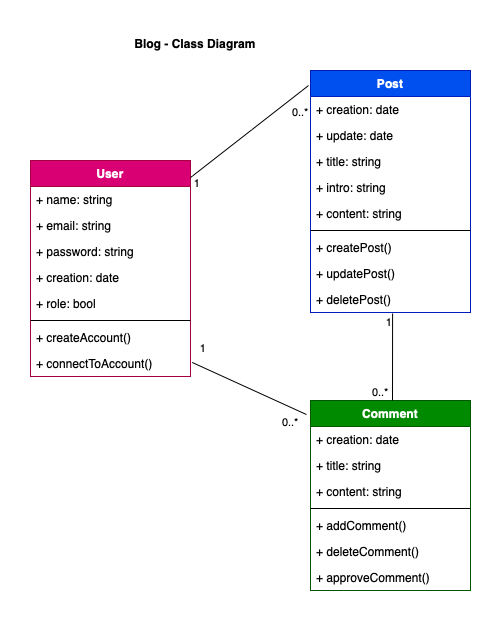
Above: UMLdiagrams/Blog_ClassDiagramm.png in AnnaigJegourel/OC-P5-Creez-votre-premier-blog-en-PHP (draw.io), before the change. Source tidied: cells renumbered, new cells last; positions are measured from the earlier drawing's top-left corner, leaving out a move shared by most shapes. Its diagram source:
```xml
<mxGraphModel>
  <root>
    <mxCell id="0" />
    <mxCell id="1" parent="0" />
    <mxCell id="2" value="User" style="swimlane;fontStyle=1;align=center;verticalAlign=top;horizontal=1;startSize=26;fillColor=#d80073;strokeColor=#A50040;fontColor=#ffffff;" parent="1" vertex="1">
      <mxGeometry y="130" width="160" height="216" as="geometry" />
    </mxCell>
    <mxCell id="3" value="+ name: string" style="text;strokeColor=none;fillColor=none;align=left;verticalAlign=top;spacingLeft=4;spacingRight=4;overflow=hidden;" parent="2" vertex="1">
      <mxGeometry y="26" width="160" height="26" as="geometry" />
    </mxCell>
    <mxCell id="4" value="+ email: string" style="text;strokeColor=none;fillColor=none;align=left;verticalAlign=top;spacingLeft=4;spacingRight=4;overflow=hidden;" parent="2" vertex="1">
      <mxGeometry y="52" width="160" height="26" as="geometry" />
    </mxCell>
    <mxCell id="5" value="+ password: string" style="text;strokeColor=none;fillColor=none;align=left;verticalAlign=top;spacingLeft=4;spacingRight=4;overflow=hidden;" parent="2" vertex="1">
      <mxGeometry y="78" width="160" height="26" as="geometry" />
    </mxCell>
    <mxCell id="6" value="+ creation: date" style="text;strokeColor=none;fillColor=none;align=left;verticalAlign=top;spacingLeft=4;spacingRight=4;overflow=hidden;" parent="2" vertex="1">
      <mxGeometry y="104" width="160" height="26" as="geometry" />
    </mxCell>
    <mxCell id="7" value="+ role: bool" style="text;strokeColor=none;fillColor=none;align=left;verticalAlign=top;spacingLeft=4;spacingRight=4;overflow=hidden;" parent="2" vertex="1">
      <mxGeometry y="130" width="160" height="26" as="geometry" />
    </mxCell>
    <mxCell id="8" style="line;strokeWidth=1;fillColor=none;align=left;verticalAlign=middle;spacingTop=-1;spacingLeft=3;spacingRight=3;labelPosition=right;" parent="2" vertex="1">
      <mxGeometry y="156" width="160" height="8" as="geometry" />
    </mxCell>
    <mxCell id="9" value="+ createAccount()" style="text;strokeColor=none;fillColor=none;align=left;verticalAlign=top;spacingLeft=4;spacingRight=4;overflow=hidden;" parent="2" vertex="1">
      <mxGeometry y="164" width="160" height="26" as="geometry" />
    </mxCell>
    <mxCell id="10" value="+ connectToAccount()" style="text;strokeColor=none;fillColor=none;align=left;verticalAlign=top;spacingLeft=4;spacingRight=4;overflow=hidden;" parent="2" vertex="1">
      <mxGeometry y="190" width="160" height="26" as="geometry" />
    </mxCell>
    <mxCell id="11" value="Post" style="swimlane;fontStyle=1;align=center;verticalAlign=top;horizontal=1;startSize=26;fillColor=#0050ef;strokeColor=#001DBC;fontColor=#ffffff;" parent="1" vertex="1">
      <mxGeometry x="280" y="40" width="160" height="242" as="geometry" />
    </mxCell>
    <mxCell id="12" value="+ creation: date" style="text;strokeColor=none;fillColor=none;align=left;verticalAlign=top;spacingLeft=4;spacingRight=4;overflow=hidden;" parent="11" vertex="1">
      <mxGeometry y="26" width="160" height="26" as="geometry" />
    </mxCell>
    <mxCell id="13" value="+ update: date" style="text;strokeColor=none;fillColor=none;align=left;verticalAlign=top;spacingLeft=4;spacingRight=4;overflow=hidden;" parent="11" vertex="1">
      <mxGeometry y="52" width="160" height="26" as="geometry" />
    </mxCell>
    <mxCell id="14" value="+ title: string" style="text;strokeColor=none;fillColor=none;align=left;verticalAlign=top;spacingLeft=4;spacingRight=4;overflow=hidden;" parent="11" vertex="1">
      <mxGeometry y="78" width="160" height="26" as="geometry" />
    </mxCell>
    <mxCell id="15" value="+ intro: string" style="text;strokeColor=none;fillColor=none;align=left;verticalAlign=top;spacingLeft=4;spacingRight=4;overflow=hidden;" parent="11" vertex="1">
      <mxGeometry y="104" width="160" height="26" as="geometry" />
    </mxCell>
    <mxCell id="16" value="+ content: string" style="text;strokeColor=none;fillColor=none;align=left;verticalAlign=top;spacingLeft=4;spacingRight=4;overflow=hidden;" parent="11" vertex="1">
      <mxGeometry y="130" width="160" height="26" as="geometry" />
    </mxCell>
    <mxCell id="17" style="line;strokeWidth=1;fillColor=none;align=left;verticalAlign=middle;spacingTop=-1;spacingLeft=3;spacingRight=3;labelPosition=right;" parent="11" vertex="1">
      <mxGeometry y="156" width="160" height="8" as="geometry" />
    </mxCell>
    <mxCell id="18" value="+ createPost()" style="text;strokeColor=none;fillColor=none;align=left;verticalAlign=top;spacingLeft=4;spacingRight=4;overflow=hidden;" parent="11" vertex="1">
      <mxGeometry y="164" width="160" height="26" as="geometry" />
    </mxCell>
    <mxCell id="19" value="+ updatePost()" style="text;strokeColor=none;fillColor=none;align=left;verticalAlign=top;spacingLeft=4;spacingRight=4;overflow=hidden;" parent="11" vertex="1">
      <mxGeometry y="190" width="160" height="26" as="geometry" />
    </mxCell>
    <mxCell id="20" value="+ deletePost()" style="text;strokeColor=none;fillColor=none;align=left;verticalAlign=top;spacingLeft=4;spacingRight=4;overflow=hidden;points=[[0,0.5],[1,0.5]];portConstraint=eastwest;" parent="11" vertex="1">
      <mxGeometry y="216" width="160" height="26" as="geometry" />
    </mxCell>
    <mxCell id="21" value="Comment" style="swimlane;fontStyle=1;align=center;verticalAlign=top;horizontal=1;startSize=26;fillColor=#008a00;strokeColor=#005700;fontColor=#ffffff;" parent="1" vertex="1">
      <mxGeometry x="280" y="370" width="160" height="190" as="geometry" />
    </mxCell>
    <mxCell id="22" value="+ creation: date" style="text;strokeColor=none;fillColor=none;align=left;verticalAlign=top;spacingLeft=4;spacingRight=4;overflow=hidden;" parent="21" vertex="1">
      <mxGeometry y="26" width="160" height="26" as="geometry" />
    </mxCell>
    <mxCell id="23" value="+ title: string" style="text;strokeColor=none;fillColor=none;align=left;verticalAlign=top;spacingLeft=4;spacingRight=4;overflow=hidden;" parent="21" vertex="1">
      <mxGeometry y="52" width="160" height="26" as="geometry" />
    </mxCell>
    <mxCell id="24" value="+ content: string" style="text;strokeColor=none;fillColor=none;align=left;verticalAlign=top;spacingLeft=4;spacingRight=4;overflow=hidden;" parent="21" vertex="1">
      <mxGeometry y="78" width="160" height="26" as="geometry" />
    </mxCell>
    <mxCell id="25" style="line;strokeWidth=1;fillColor=none;align=left;verticalAlign=middle;spacingTop=-1;spacingLeft=3;spacingRight=3;labelPosition=right;" parent="21" vertex="1">
      <mxGeometry y="104" width="160" height="8" as="geometry" />
    </mxCell>
    <mxCell id="26" value="+ addComment()" style="text;strokeColor=none;fillColor=none;align=left;verticalAlign=top;spacingLeft=4;spacingRight=4;overflow=hidden;" parent="21" vertex="1">
      <mxGeometry y="112" width="160" height="26" as="geometry" />
    </mxCell>
    <mxCell id="27" value="+ deleteComment()" style="text;strokeColor=none;fillColor=none;align=left;verticalAlign=top;spacingLeft=4;spacingRight=4;overflow=hidden;" parent="21" vertex="1">
      <mxGeometry y="138" width="160" height="26" as="geometry" />
    </mxCell>
    <mxCell id="28" value="+ approveComment()" style="text;strokeColor=none;fillColor=none;align=left;verticalAlign=top;spacingLeft=4;spacingRight=4;overflow=hidden;" parent="21" vertex="1">
      <mxGeometry y="164" width="160" height="26" as="geometry" />
    </mxCell>
    <mxCell id="29" style="endArrow=none;html=1;rounded=0;startSize=14;endSize=14;sourcePerimeterSpacing=8;targetPerimeterSpacing=8;curved=1;entryX=-0.012;entryY=0.062;entryDx=0;entryDy=0;entryPerimeter=0;exitX=1;exitY=0.079;exitDx=0;exitDy=0;exitPerimeter=0;" parent="1" edge="1" source="2" target="11">
      <mxGeometry relative="1" as="geometry" />
    </mxCell>
    <mxCell id="30" style="endArrow=none;html=1;edgeStyle=orthogonalEdgeStyle;rounded=0;startSize=14;endSize=14;sourcePerimeterSpacing=8;targetPerimeterSpacing=8;curved=1;entryX=0.513;entryY=1.038;entryDx=0;entryDy=0;entryPerimeter=0;" parent="1" edge="1" target="20">
      <mxGeometry relative="1" as="geometry">
        <mxPoint x="362" y="370" as="sourcePoint" />
      </mxGeometry>
    </mxCell>
    <mxCell id="31" value="0..*" style="edgeLabel;html=1;align=left;verticalAlign=bottom;hachureGap=4;" parent="30" vertex="1">
      <mxGeometry x="-1" relative="1" as="geometry">
        <mxPoint x="-22" as="offset" />
      </mxGeometry>
    </mxCell>
    <mxCell id="32" value="1" style="edgeLabel;html=1;align=right;verticalAlign=bottom;hachureGap=4;" parent="30" vertex="1">
      <mxGeometry x="1" relative="1" as="geometry">
        <mxPoint y="17" as="offset" />
      </mxGeometry>
    </mxCell>
    <mxCell id="33" value="0..*" style="edgeLabel;html=1;align=left;verticalAlign=bottom;hachureGap=4;" parent="1" vertex="1">
      <mxGeometry x="260" y="90" as="geometry" />
    </mxCell>
    <mxCell id="34" value="1" style="edgeLabel;html=1;align=right;verticalAlign=bottom;hachureGap=4;" parent="1" vertex="1">
      <mxGeometry x="170" y="161" as="geometry" />
    </mxCell>
    <mxCell id="35" style="endArrow=none;html=1;rounded=0;startSize=14;endSize=14;sourcePerimeterSpacing=8;targetPerimeterSpacing=8;curved=1;entryX=-0.025;entryY=0.074;entryDx=0;entryDy=0;entryPerimeter=0;exitX=1;exitY=0.079;exitDx=0;exitDy=0;exitPerimeter=0;" parent="1" edge="1" target="21">
      <mxGeometry relative="1" as="geometry">
        <mxPoint x="161.9" y="332.1" as="sourcePoint" />
      </mxGeometry>
    </mxCell>
    <mxCell id="36" value="0..*" style="edgeLabel;html=1;align=left;verticalAlign=bottom;hachureGap=4;" parent="1" vertex="1">
      <mxGeometry x="250" y="400" as="geometry" />
    </mxCell>
    <mxCell id="37" value="1" style="edgeLabel;html=1;align=right;verticalAlign=bottom;hachureGap=4;" parent="1" vertex="1">
      <mxGeometry x="372.1" y="310.1" as="geometry">
        <mxPoint x="-196" y="16" as="offset" />
      </mxGeometry>
    </mxCell>
    <mxCell id="38" value="Blog - Class Diagram" style="text;align=center;fontStyle=1;verticalAlign=middle;spacingLeft=3;spacingRight=3;strokeColor=none;hachureGap=4;" parent="1" vertex="1">
      <mxGeometry x="90" width="150" height="26" as="geometry" />
    </mxCell>
  </root>
</mxGraphModel>
```
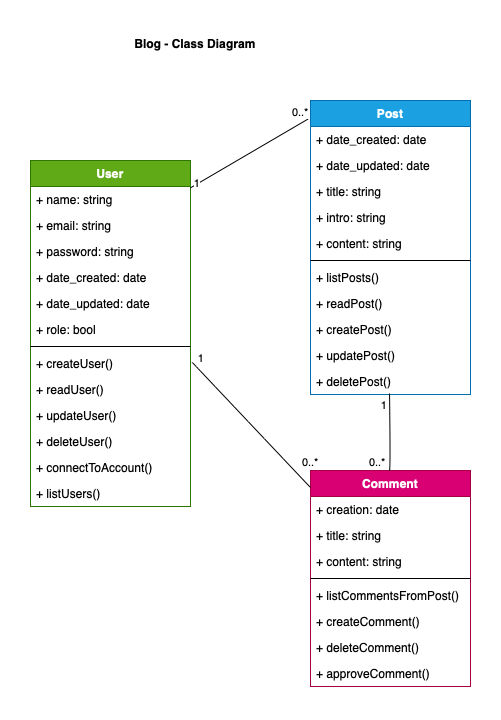
After the change.

Diff of the diagram source:
```diff
@@ -2,8 +2,8 @@
   <root>
     <mxCell id="0" />
     <mxCell id="1" parent="0" />
-    <mxCell id="2" value="User" style="swimlane;fontStyle=1;align=center;verticalAlign=top;horizontal=1;startSize=26;fillColor=#d80073;strokeColor=#A50040;fontColor=#ffffff;" parent="1" vertex="1">
-      <mxGeometry y="130" width="160" height="216" as="geometry" />
+    <mxCell id="2" value="User" style="swimlane;fontStyle=1;align=center;verticalAlign=top;horizontal=1;startSize=26;fillColor=#60a917;strokeColor=#2D7600;fontColor=#ffffff;" parent="1" vertex="1">
+      <mxGeometry y="130" width="160" height="346" as="geometry" />
     </mxCell>
     <mxCell id="3" value="+ name: string" style="text;strokeColor=none;fillColor=none;align=left;verticalAlign=top;spacingLeft=4;spacingRight=4;overflow=hidden;" parent="2" vertex="1">
       <mxGeometry y="26" width="160" height="26" as="geometry" />
@@ -14,30 +14,45 @@
     <mxCell id="5" value="+ password: string" style="text;strokeColor=none;fillColor=none;align=left;verticalAlign=top;spacingLeft=4;spacingRight=4;overflow=hidden;" parent="2" vertex="1">
       <mxGeometry y="78" width="160" height="26" as="geometry" />
     </mxCell>
-    <mxCell id="6" value="+ creation: date" style="text;strokeColor=none;fillColor=none;align=left;verticalAlign=top;spacingLeft=4;spacingRight=4;overflow=hidden;" parent="2" vertex="1">
+    <mxCell id="6" value="+ date_created: date" style="text;strokeColor=none;fillColor=none;align=left;verticalAlign=top;spacingLeft=4;spacingRight=4;overflow=hidden;" parent="2" vertex="1">
       <mxGeometry y="104" width="160" height="26" as="geometry" />
     </mxCell>
+    <mxCell id="39" value="+ date_updated: date" style="text;strokeColor=none;fillColor=none;align=left;verticalAlign=top;spacingLeft=4;spacingRight=4;overflow=hidden;" parent="2" vertex="1">
+      <mxGeometry y="130" width="160" height="26" as="geometry" />
+    </mxCell>
     <mxCell id="7" value="+ role: bool" style="text;strokeColor=none;fillColor=none;align=left;verticalAlign=top;spacingLeft=4;spacingRight=4;overflow=hidden;" parent="2" vertex="1">
-      <mxGeometry y="130" width="160" height="26" as="geometry" />
+      <mxGeometry y="156" width="160" height="26" as="geometry" />
     </mxCell>
     <mxCell id="8" style="line;strokeWidth=1;fillColor=none;align=left;verticalAlign=middle;spacingTop=-1;spacingLeft=3;spacingRight=3;labelPosition=right;" parent="2" vertex="1">
-      <mxGeometry y="156" width="160" height="8" as="geometry" />
+      <mxGeometry y="182" width="160" height="8" as="geometry" />
     </mxCell>
-    <mxCell id="9" value="+ createAccount()" style="text;strokeColor=none;fillColor=none;align=left;verticalAlign=top;spacingLeft=4;spacingRight=4;overflow=hidden;" parent="2" vertex="1">
-      <mxGeometry y="164" width="160" height="26" as="geometry" />
+    <mxCell id="9" value="+ createUser()" style="text;strokeColor=none;fillColor=none;align=left;verticalAlign=top;spacingLeft=4;spacingRight=4;overflow=hidden;" parent="2" vertex="1">
+      <mxGeometry y="190" width="160" height="26" as="geometry" />
     </mxCell>
+    <mxCell id="40" value="+ readUser()" style="text;strokeColor=none;fillColor=none;align=left;verticalAlign=top;spacingLeft=4;spacingRight=4;overflow=hidden;" parent="2" vertex="1">
+      <mxGeometry y="216" width="160" height="26" as="geometry" />
+    </mxCell>
+    <mxCell id="41" value="+ updateUser()" style="text;strokeColor=none;fillColor=none;align=left;verticalAlign=top;spacingLeft=4;spacingRight=4;overflow=hidden;" parent="2" vertex="1">
+      <mxGeometry y="242" width="160" height="26" as="geometry" />
+    </mxCell>
+    <mxCell id="42" value="+ deleteUser()" style="text;strokeColor=none;fillColor=none;align=left;verticalAlign=top;spacingLeft=4;spacingRight=4;overflow=hidden;" parent="2" vertex="1">
+      <mxGeometry y="268" width="160" height="26" as="geometry" />
+    </mxCell>
     <mxCell id="10" value="+ connectToAccount()" style="text;strokeColor=none;fillColor=none;align=left;verticalAlign=top;spacingLeft=4;spacingRight=4;overflow=hidden;" parent="2" vertex="1">
-      <mxGeometry y="190" width="160" height="26" as="geometry" />
+      <mxGeometry y="294" width="160" height="26" as="geometry" />
     </mxCell>
+    <mxCell id="43" value="+ listUsers()" style="text;strokeColor=none;fillColor=none;align=left;verticalAlign=top;spacingLeft=4;spacingRight=4;overflow=hidden;" parent="2" vertex="1">
+      <mxGeometry y="320" width="160" height="26" as="geometry" />
+    </mxCell>
-    <mxCell id="11" value="Post" style="swimlane;fontStyle=1;align=center;verticalAlign=top;horizontal=1;startSize=26;fillColor=#0050ef;strokeColor=#001DBC;fontColor=#ffffff;" parent="1" vertex="1">
-      <mxGeometry x="280" y="40" width="160" height="242" as="geometry" />
+    <mxCell id="11" value="Post" style="swimlane;fontStyle=1;align=center;verticalAlign=top;horizontal=1;startSize=26;fillColor=#1ba1e2;strokeColor=#006EAF;fontColor=#ffffff;" parent="1" vertex="1">
+      <mxGeometry x="280" y="70" width="160" height="294" as="geometry" />
     </mxCell>
-    <mxCell id="12" value="+ creation: date" style="text;strokeColor=none;fillColor=none;align=left;verticalAlign=top;spacingLeft=4;spacingRight=4;overflow=hidden;" parent="11" vertex="1">
-      <mxGeometry y="26" width="160" height="26" as="geometry" />
-    </mxCell>
-    <mxCell id="13" value="+ update: date" style="text;strokeColor=none;fillColor=none;align=left;verticalAlign=top;spacingLeft=4;spacingRight=4;overflow=hidden;" parent="11" vertex="1">
-      <mxGeometry y="52" width="160" height="26" as="geometry" />
-    </mxCell>
+    <mxCell id="44" value="+ date_created: date" style="text;strokeColor=none;fillColor=none;align=left;verticalAlign=top;spacingLeft=4;spacingRight=4;overflow=hidden;" parent="11" vertex="1">
+      <mxGeometry y="26" width="160" height="26" as="geometry" />
+    </mxCell>
+    <mxCell id="45" value="+ date_updated: date" style="text;strokeColor=none;fillColor=none;align=left;verticalAlign=top;spacingLeft=4;spacingRight=4;overflow=hidden;" parent="11" vertex="1">
+      <mxGeometry y="52" width="160" height="26" as="geometry" />
+    </mxCell>
     <mxCell id="14" value="+ title: string" style="text;strokeColor=none;fillColor=none;align=left;verticalAlign=top;spacingLeft=4;spacingRight=4;overflow=hidden;" parent="11" vertex="1">
       <mxGeometry y="78" width="160" height="26" as="geometry" />
     </mxCell>
@@ -50,17 +65,23 @@
     <mxCell id="17" style="line;strokeWidth=1;fillColor=none;align=left;verticalAlign=middle;spacingTop=-1;spacingLeft=3;spacingRight=3;labelPosition=right;" parent="11" vertex="1">
       <mxGeometry y="156" width="160" height="8" as="geometry" />
     </mxCell>
-    <mxCell id="18" value="+ createPost()" style="text;strokeColor=none;fillColor=none;align=left;verticalAlign=top;spacingLeft=4;spacingRight=4;overflow=hidden;" parent="11" vertex="1">
+    <mxCell id="18" value="+ listPosts()" style="text;strokeColor=none;fillColor=none;align=left;verticalAlign=top;spacingLeft=4;spacingRight=4;overflow=hidden;" parent="11" vertex="1">
       <mxGeometry y="164" width="160" height="26" as="geometry" />
     </mxCell>
+    <mxCell id="46" value="+ readPost()" style="text;strokeColor=none;fillColor=none;align=left;verticalAlign=top;spacingLeft=4;spacingRight=4;overflow=hidden;" parent="11" vertex="1">
+      <mxGeometry y="190" width="160" height="26" as="geometry" />
+    </mxCell>
+    <mxCell id="47" value="+ createPost()" style="text;strokeColor=none;fillColor=none;align=left;verticalAlign=top;spacingLeft=4;spacingRight=4;overflow=hidden;" parent="11" vertex="1">
+      <mxGeometry y="216" width="160" height="26" as="geometry" />
+    </mxCell>
     <mxCell id="19" value="+ updatePost()" style="text;strokeColor=none;fillColor=none;align=left;verticalAlign=top;spacingLeft=4;spacingRight=4;overflow=hidden;" parent="11" vertex="1">
-      <mxGeometry y="190" width="160" height="26" as="geometry" />
+      <mxGeometry y="242" width="160" height="26" as="geometry" />
     </mxCell>
     <mxCell id="20" value="+ deletePost()" style="text;strokeColor=none;fillColor=none;align=left;verticalAlign=top;spacingLeft=4;spacingRight=4;overflow=hidden;points=[[0,0.5],[1,0.5]];portConstraint=eastwest;" parent="11" vertex="1">
-      <mxGeometry y="216" width="160" height="26" as="geometry" />
+      <mxGeometry y="268" width="160" height="26" as="geometry" />
     </mxCell>
-    <mxCell id="21" value="Comment" style="swimlane;fontStyle=1;align=center;verticalAlign=top;horizontal=1;startSize=26;fillColor=#008a00;strokeColor=#005700;fontColor=#ffffff;" parent="1" vertex="1">
-      <mxGeometry x="280" y="370" width="160" height="190" as="geometry" />
+    <mxCell id="21" value="Comment" style="swimlane;fontStyle=1;align=center;verticalAlign=top;horizontal=1;startSize=26;fillColor=#d80073;strokeColor=#A50040;fontColor=#ffffff;" parent="1" vertex="1">
+      <mxGeometry x="280" y="440" width="160" height="216" as="geometry" />
     </mxCell>
     <mxCell id="22" value="+ creation: date" style="text;strokeColor=none;fillColor=none;align=left;verticalAlign=top;spacingLeft=4;spacingRight=4;overflow=hidden;" parent="21" vertex="1">
       <mxGeometry y="26" width="160" height="26" as="geometry" />
@@ -74,21 +95,27 @@
     <mxCell id="25" style="line;strokeWidth=1;fillColor=none;align=left;verticalAlign=middle;spacingTop=-1;spacingLeft=3;spacingRight=3;labelPosition=right;" parent="21" vertex="1">
       <mxGeometry y="104" width="160" height="8" as="geometry" />
     </mxCell>
+    <mxCell id="48" value="+ listCommentsFromPost()" style="text;strokeColor=none;fillColor=none;align=left;verticalAlign=top;spacingLeft=4;spacingRight=4;overflow=hidden;" parent="21" vertex="1">
+      <mxGeometry y="112" width="160" height="26" as="geometry" />
+    </mxCell>
-    <mxCell id="26" value="+ addComment()" style="text;strokeColor=none;fillColor=none;align=left;verticalAlign=top;spacingLeft=4;spacingRight=4;overflow=hidden;" parent="21" vertex="1">
-      <mxGeometry y="112" width="160" height="26" as="geometry" />
+    <mxCell id="26" value="+ createComment()" style="text;strokeColor=none;fillColor=none;align=left;verticalAlign=top;spacingLeft=4;spacingRight=4;overflow=hidden;" parent="21" vertex="1">
+      <mxGeometry y="138" width="160" height="26" as="geometry" />
     </mxCell>
     <mxCell id="27" value="+ deleteComment()" style="text;strokeColor=none;fillColor=none;align=left;verticalAlign=top;spacingLeft=4;spacingRight=4;overflow=hidden;" parent="21" vertex="1">
-      <mxGeometry y="138" width="160" height="26" as="geometry" />
+      <mxGeometry y="164" width="160" height="26" as="geometry" />
     </mxCell>
     <mxCell id="28" value="+ approveComment()" style="text;strokeColor=none;fillColor=none;align=left;verticalAlign=top;spacingLeft=4;spacingRight=4;overflow=hidden;" parent="21" vertex="1">
-      <mxGeometry y="164" width="160" height="26" as="geometry" />
+      <mxGeometry y="190" width="160" height="26" as="geometry" />
     </mxCell>
     <mxCell id="29" style="endArrow=none;html=1;rounded=0;startSize=14;endSize=14;sourcePerimeterSpacing=8;targetPerimeterSpacing=8;curved=1;entryX=-0.012;entryY=0.062;entryDx=0;entryDy=0;entryPerimeter=0;exitX=1;exitY=0.079;exitDx=0;exitDy=0;exitPerimeter=0;" parent="1" edge="1" source="2" target="11">
       <mxGeometry relative="1" as="geometry" />
     </mxCell>
-    <mxCell id="30" style="endArrow=none;html=1;edgeStyle=orthogonalEdgeStyle;rounded=0;startSize=14;endSize=14;sourcePerimeterSpacing=8;targetPerimeterSpacing=8;curved=1;entryX=0.513;entryY=1.038;entryDx=0;entryDy=0;entryPerimeter=0;" parent="1" edge="1" target="20">
+    <mxCell id="30" style="endArrow=none;html=1;edgeStyle=orthogonalEdgeStyle;rounded=0;startSize=14;endSize=14;sourcePerimeterSpacing=8;targetPerimeterSpacing=8;curved=1;entryX=0.494;entryY=0.962;entryDx=0;entryDy=0;entryPerimeter=0;" parent="1" edge="1" target="20">
       <mxGeometry relative="1" as="geometry">
-        <mxPoint x="362" y="370" as="sourcePoint" />
+        <mxPoint x="359" y="440" as="sourcePoint" />
+        <Array as="points">
+          <mxPoint x="360" y="440" />
+        </Array>
       </mxGeometry>
     </mxCell>
     <mxCell id="31" value="0..*" style="edgeLabel;html=1;align=left;verticalAlign=bottom;hachureGap=4;" parent="30" vertex="1">
@@ -98,7 +125,7 @@
     </mxCell>
     <mxCell id="32" value="1" style="edgeLabel;html=1;align=right;verticalAlign=bottom;hachureGap=4;" parent="30" vertex="1">
       <mxGeometry x="1" relative="1" as="geometry">
-        <mxPoint y="17" as="offset" />
+        <mxPoint x="-2" y="20" as="offset" />
       </mxGeometry>
     </mxCell>
     <mxCell id="33" value="0..*" style="edgeLabel;html=1;align=left;verticalAlign=bottom;hachureGap=4;" parent="1" vertex="1">
@@ -107,16 +134,16 @@
     <mxCell id="34" value="1" style="edgeLabel;html=1;align=right;verticalAlign=bottom;hachureGap=4;" parent="1" vertex="1">
       <mxGeometry x="170" y="161" as="geometry" />
     </mxCell>
-    <mxCell id="35" style="endArrow=none;html=1;rounded=0;startSize=14;endSize=14;sourcePerimeterSpacing=8;targetPerimeterSpacing=8;curved=1;entryX=-0.025;entryY=0.074;entryDx=0;entryDy=0;entryPerimeter=0;exitX=1;exitY=0.079;exitDx=0;exitDy=0;exitPerimeter=0;" parent="1" edge="1" target="21">
+    <mxCell id="35" style="endArrow=none;html=1;rounded=0;startSize=14;endSize=14;sourcePerimeterSpacing=8;targetPerimeterSpacing=8;curved=1;entryX=0;entryY=0.079;entryDx=0;entryDy=0;entryPerimeter=0;exitX=1;exitY=0.079;exitDx=0;exitDy=0;exitPerimeter=0;" parent="1" edge="1" target="21">
       <mxGeometry relative="1" as="geometry">
         <mxPoint x="161.9" y="332.1" as="sourcePoint" />
       </mxGeometry>
     </mxCell>
     <mxCell id="36" value="0..*" style="edgeLabel;html=1;align=left;verticalAlign=bottom;hachureGap=4;" parent="1" vertex="1">
-      <mxGeometry x="250" y="400" as="geometry" />
+      <mxGeometry x="270" y="440" as="geometry" />
     </mxCell>
     <mxCell id="37" value="1" style="edgeLabel;html=1;align=right;verticalAlign=bottom;hachureGap=4;" parent="1" vertex="1">
-      <mxGeometry x="372.1" y="310.1" as="geometry">
+      <mxGeometry x="370" y="320" as="geometry">
         <mxPoint x="-196" y="16" as="offset" />
       </mxGeometry>
     </mxCell>
```
